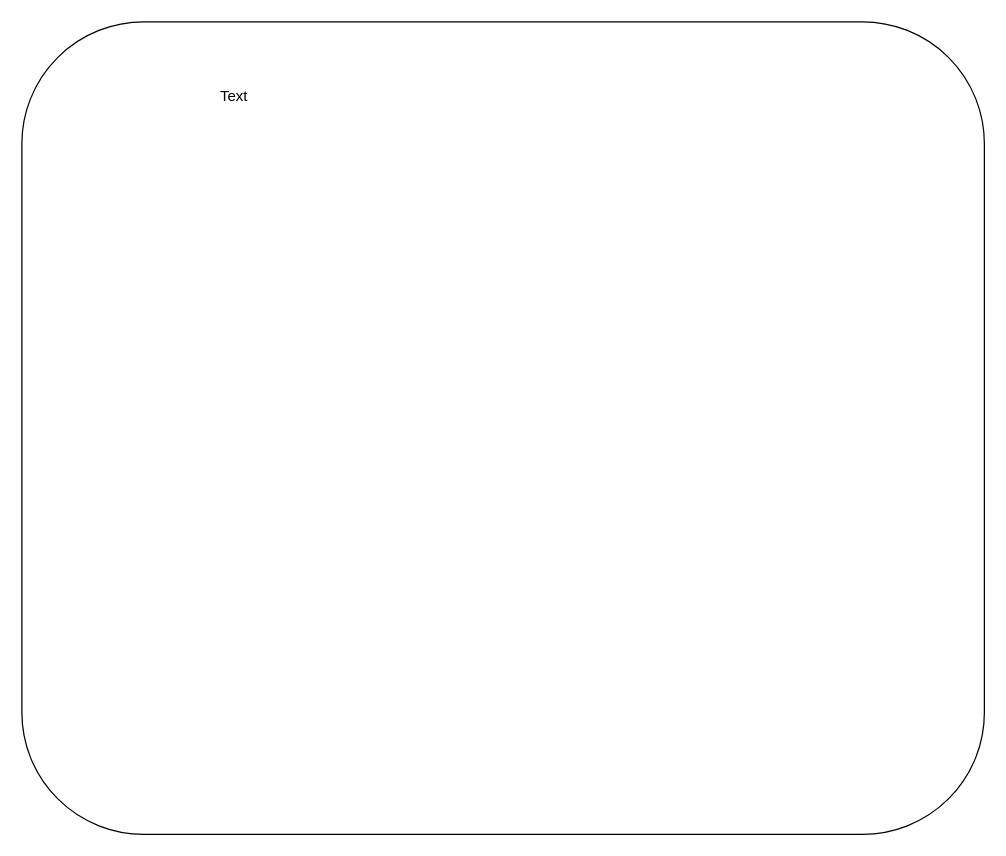
Earlier version of the draw.io diagram covid19tracker.drawio (vijayvaddem/covid19tracker). Source tidied: cells renumbered, new cells numbered last; positions are measured from the earlier drawing's top-left corner, leaving out a move shared by most shapes. Both pictures are drawn from the tidied source at 125%, with x=0, y=0 at pixel (21, 21). Pictures stored in the file or linked from it are replaced by grey dashed boxes.
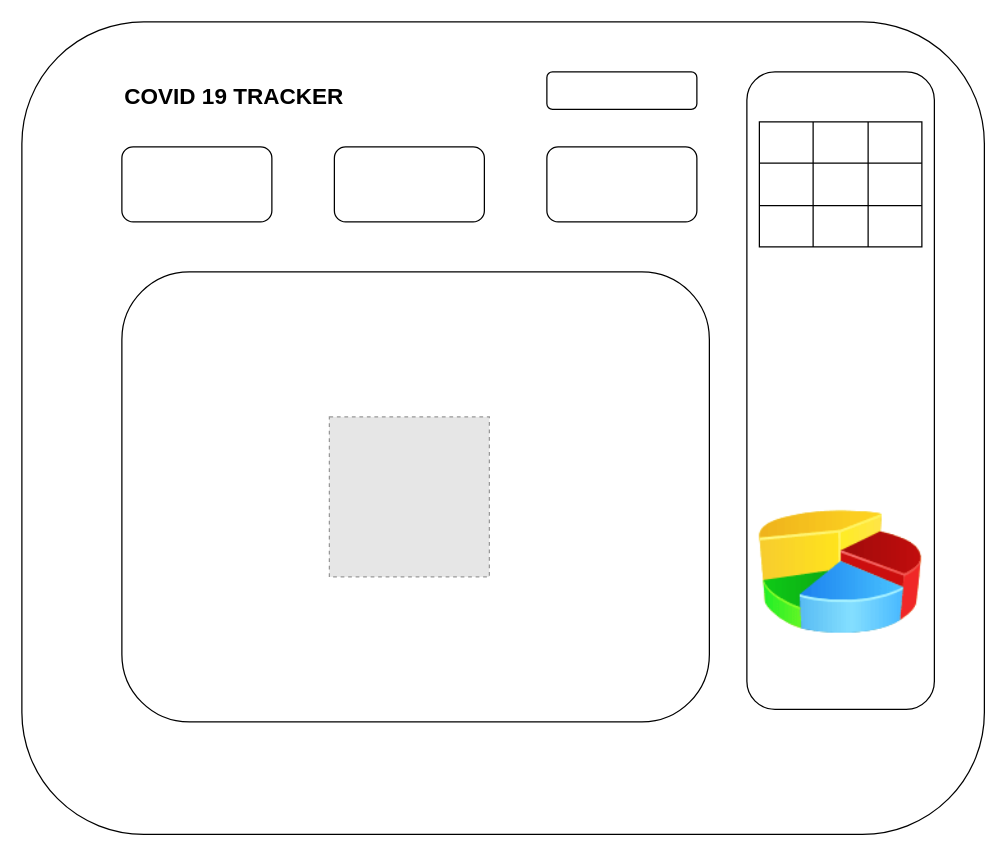
The same diagram, later.

Diff of the diagram source:
```diff
@@
-    <mxCell id="3" value="Text" style="text;html=1;strokeColor=none;fillColor=none;align=center;verticalAlign=middle;whiteSpace=wrap;rounded=0;" parent="1" vertex="1">
+    <mxCell id="3" value="&lt;h2&gt;COVID 19 TRACKER&lt;/h2&gt;" style="text;html=1;strokeColor=none;fillColor=none;align=center;verticalAlign=middle;whiteSpace=wrap;rounded=0;" parent="1" vertex="1">
       <mxGeometry x="70" y="40" width="200" height="40" as="geometry" />
     </mxCell>
+    <mxCell id="4" style="rounded=1;whiteSpace=wrap;html=1;" parent="1" vertex="1">
+      <mxGeometry x="80" y="100" width="120" height="60" as="geometry" />
+    </mxCell>
+    <mxCell id="5" style="rounded=1;whiteSpace=wrap;html=1;" parent="1" vertex="1">
+      <mxGeometry x="250" y="100" width="120" height="60" as="geometry" />
+    </mxCell>
+    <mxCell id="6" style="rounded=1;whiteSpace=wrap;html=1;" parent="1" vertex="1">
+      <mxGeometry x="420" y="100" width="120" height="60" as="geometry" />
+    </mxCell>
+    <mxCell id="7" style="rounded=1;whiteSpace=wrap;html=1;" parent="1" vertex="1">
+      <mxGeometry x="580" y="40" width="150" height="510" as="geometry" />
+    </mxCell>
+    <mxCell id="8" style="rounded=1;whiteSpace=wrap;html=1;" parent="1" vertex="1">
+      <mxGeometry x="420" y="40" width="120" height="30" as="geometry" />
+    </mxCell>
+    <mxCell id="9" style="rounded=1;whiteSpace=wrap;html=1;" parent="1" vertex="1">
+      <mxGeometry x="80" y="200" width="470" height="360" as="geometry" />
+    </mxCell>
+    <mxCell id="10" style="fillColor=#E6E6E6;strokeColor=#999999;dashed=1;html=1;verticalAlign=top;verticalLabelPosition=bottom;labelBackgroundColor=#ffffff;" parent="1" vertex="1">
+      <mxGeometry x="246" y="316" width="128" height="128" as="geometry" />
+    </mxCell>
+    <mxCell id="11" style="shape=table;html=1;whiteSpace=wrap;startSize=0;childLayout=tableLayout;" parent="1" vertex="1">
+      <mxGeometry x="590" y="80" width="130" height="100" as="geometry" />
+    </mxCell>
+    <mxCell id="12" style="shape=partialRectangle;html=1;whiteSpace=wrap;fillColor=none;top=0;left=0;bottom=0;right=0;" parent="11" vertex="1">
+      <mxGeometry width="130" height="33" as="geometry" />
+    </mxCell>
+    <mxCell id="13" value="&lt;table&gt;&lt;tbody&gt;&lt;tr&gt;&lt;td&gt;&lt;br&gt;&lt;/td&gt;&lt;/tr&gt;&lt;tr&gt;&lt;td&gt;&lt;br&gt;&lt;/td&gt;&lt;/tr&gt;&lt;tr&gt;&lt;td&gt;&lt;br&gt;&lt;/td&gt;&lt;/tr&gt;&lt;tr&gt;&lt;td&gt;&lt;br&gt;&lt;/td&gt;&lt;/tr&gt;&lt;tr&gt;&lt;td&gt;&lt;br&gt;&lt;/td&gt;&lt;/tr&gt;&lt;tr&gt;&lt;td&gt;&lt;br&gt;&lt;/td&gt;&lt;/tr&gt;&lt;/tbody&gt;&lt;/table&gt;" style="shape=partialRectangle;html=1;whiteSpace=wrap;fillColor=none;top=0;left=0;bottom=0;right=0;overflow=hidden;" parent="12" vertex="1">
+      <mxGeometry width="43" height="33" as="geometry" />
+    </mxCell>
+    <mxCell id="14" style="shape=partialRectangle;html=1;whiteSpace=wrap;fillColor=none;top=0;left=0;bottom=0;right=0;overflow=hidden;" parent="12" vertex="1">
+      <mxGeometry x="43" width="44" height="33" as="geometry" />
+    </mxCell>
+    <mxCell id="15" style="shape=partialRectangle;html=1;whiteSpace=wrap;fillColor=none;top=0;left=0;bottom=0;right=0;overflow=hidden;" parent="12" vertex="1">
+      <mxGeometry x="87" width="43" height="33" as="geometry" />
+    </mxCell>
+    <mxCell id="16" style="shape=partialRectangle;html=1;whiteSpace=wrap;fillColor=none;top=0;left=0;bottom=0;right=0;" parent="11" vertex="1">
+      <mxGeometry y="33" width="130" height="34" as="geometry" />
+    </mxCell>
+    <mxCell id="17" style="shape=partialRectangle;html=1;whiteSpace=wrap;fillColor=none;top=0;left=0;bottom=0;right=0;overflow=hidden;" parent="16" vertex="1">
+      <mxGeometry width="43" height="34" as="geometry" />
+    </mxCell>
+    <mxCell id="18" style="shape=partialRectangle;html=1;whiteSpace=wrap;fillColor=none;top=0;left=0;bottom=0;right=0;overflow=hidden;" parent="16" vertex="1">
+      <mxGeometry x="43" width="44" height="34" as="geometry" />
+    </mxCell>
+    <mxCell id="19" style="shape=partialRectangle;html=1;whiteSpace=wrap;fillColor=none;top=0;left=0;bottom=0;right=0;overflow=hidden;" parent="16" vertex="1">
+      <mxGeometry x="87" width="43" height="34" as="geometry" />
+    </mxCell>
+    <mxCell id="20" style="shape=partialRectangle;html=1;whiteSpace=wrap;fillColor=none;top=0;left=0;bottom=0;right=0;" parent="11" vertex="1">
+      <mxGeometry y="67" width="130" height="33" as="geometry" />
+    </mxCell>
+    <mxCell id="21" style="shape=partialRectangle;html=1;whiteSpace=wrap;fillColor=none;top=0;left=0;bottom=0;right=0;overflow=hidden;" parent="20" vertex="1">
+      <mxGeometry width="43" height="33" as="geometry" />
+    </mxCell>
+    <mxCell id="22" style="shape=partialRectangle;html=1;whiteSpace=wrap;fillColor=none;top=0;left=0;bottom=0;right=0;overflow=hidden;" parent="20" vertex="1">
+      <mxGeometry x="43" width="44" height="33" as="geometry" />
+    </mxCell>
+    <mxCell id="23" style="shape=partialRectangle;html=1;whiteSpace=wrap;fillColor=none;top=0;left=0;bottom=0;right=0;overflow=hidden;" parent="20" vertex="1">
+      <mxGeometry x="87" width="43" height="33" as="geometry" />
+    </mxCell>
+    <mxCell id="24" style="image;html=1;image=img/lib/clip_art/finance/Pie_Chart_128x128.png;" parent="1" vertex="1">
+      <mxGeometry x="590" y="370" width="130" height="140" as="geometry" />
+    </mxCell>
```
